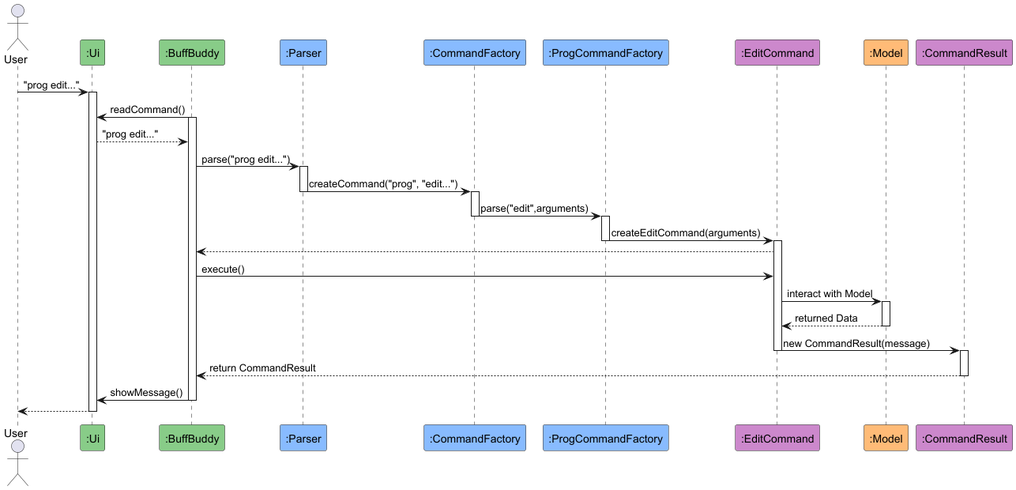
Above: docs/images/editCommand.png in nus-cs2113-AY2425S1/tp (PlantUML), before the change.
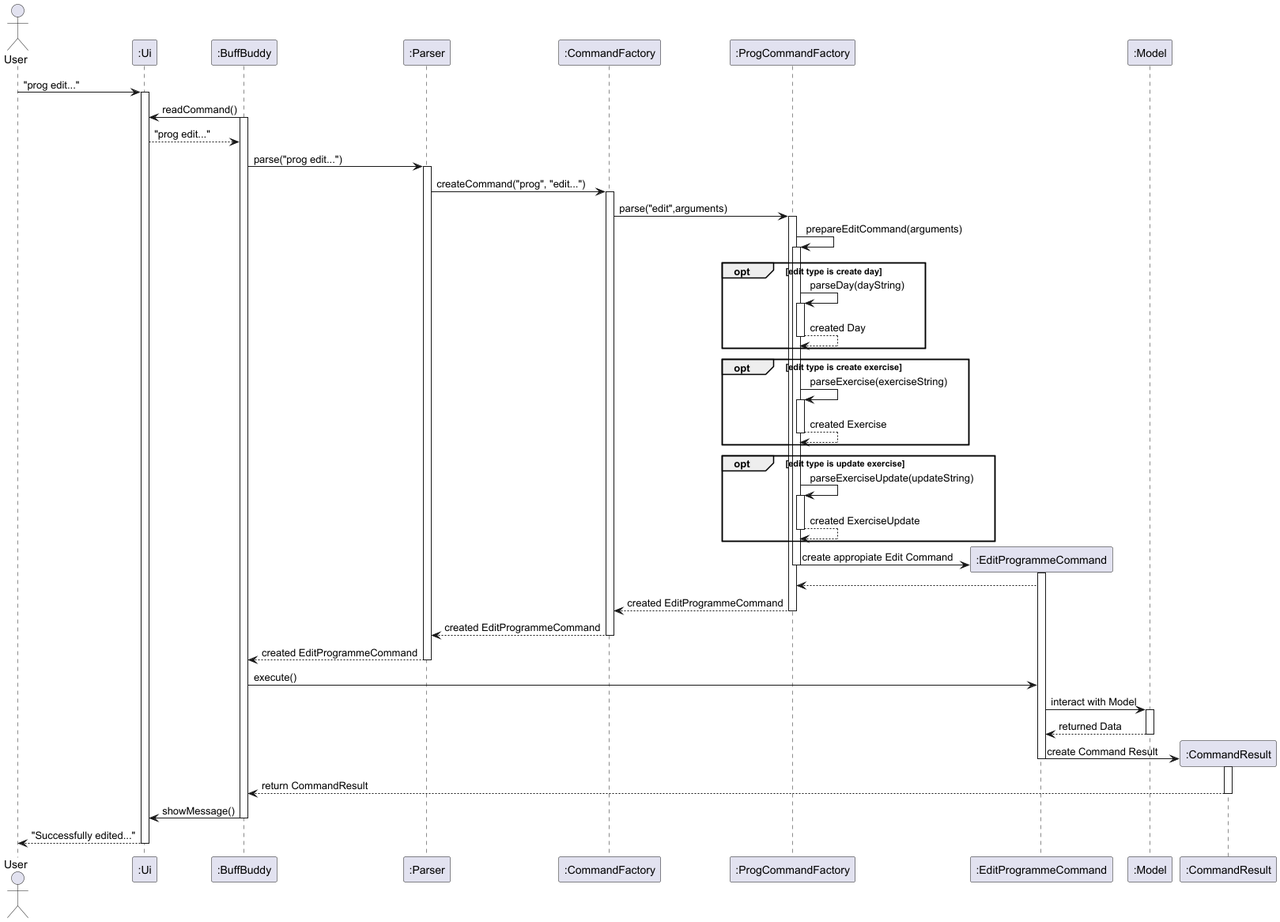
After the change.

Change to the diagram source:
```diff
@@ -1,16 +1,13 @@
 @startuml
 actor User
-participant ":Ui" as Ui #88cc88
-participant ":BuffBuddy" as BuffBuddy #88cc88
-participant ":Parser" as Parser #88bbff
-participant ":CommandFactory" as CommandFactory #88bbff
-participant ":ProgCommandFactory" as ProgCommandFactory #88bbff
-participant ":EditCommand" as Command #cc88cc
-participant ":Model" as Model #ffbb77
-participant ":CommandResult" as CommandResult #cc88cc
-
-
-
+participant ":Ui" as Ui
+participant ":BuffBuddy" as BuffBuddy
+participant ":Parser" as Parser
+participant ":CommandFactory" as CommandFactory
+participant ":ProgCommandFactory" as ProgCommandFactory
+participant ":EditProgrammeCommand" as Command
+participant ":Model" as Model
+participant ":CommandResult" as CommandResult
 
 
 User -> Ui : "prog edit..."
@@ -23,19 +20,51 @@
 activate Parser
 
 Parser -> CommandFactory : createCommand("prog", "edit...")
-deactivate Parser
+
 activate CommandFactory
 
 CommandFactory -> ProgCommandFactory : parse("edit",arguments)
-deactivate CommandFactory
+
 activate ProgCommandFactory
 
+ProgCommandFactory -> ProgCommandFactory : prepareEditCommand(arguments)
+activate ProgCommandFactory
 
-ProgCommandFactory -> Command : createEditCommand(arguments)
+opt edit type is create day
+    ProgCommandFactory -> ProgCommandFactory: parseDay(dayString)
+    activate ProgCommandFactory
+    ProgCommandFactory --> ProgCommandFactory: created Day
+    deactivate ProgCommandFactory
+end
+
+opt edit type is create exercise
+    ProgCommandFactory -> ProgCommandFactory: parseExercise(exerciseString)
+    activate ProgCommandFactory
+    ProgCommandFactory --> ProgCommandFactory: created Exercise
+    deactivate ProgCommandFactory
+end
+
+opt edit type is update exercise
+    ProgCommandFactory -> ProgCommandFactory: parseExerciseUpdate(updateString)
+    activate ProgCommandFactory
+    ProgCommandFactory --> ProgCommandFactory: created ExerciseUpdate
+    deactivate ProgCommandFactory
+end
+
+create Command
+ProgCommandFactory -> Command : create appropiate Edit Command
 deactivate ProgCommandFactory
 
 activate Command
-BuffBuddy <-- Command
+ProgCommandFactory <-- Command
+CommandFactory <-- ProgCommandFactory : created EditProgrammeCommand
+deactivate ProgCommandFactory
+
+Parser <-- CommandFactory : created EditProgrammeCommand
+deactivate CommandFactory
+
+BuffBuddy <-- Parser : created EditProgrammeCommand
+deactivate Parser
 
 BuffBuddy -> Command : execute()
 
@@ -45,8 +74,8 @@
 Command <-- Model: returned Data
 deactivate Model
 
-
-Command -> CommandResult: new CommandResult(message)
+create CommandResult
+Command -> CommandResult: create Command Result
 
 deactivate Command
 activate CommandResult
@@ -55,7 +84,7 @@
 BuffBuddy -> Ui : showMessage()
 deactivate BuffBuddy
 
-User <-- Ui
+User <-- Ui : "Successfully edited..."
 deactivate Ui
 
 @enduml
```
